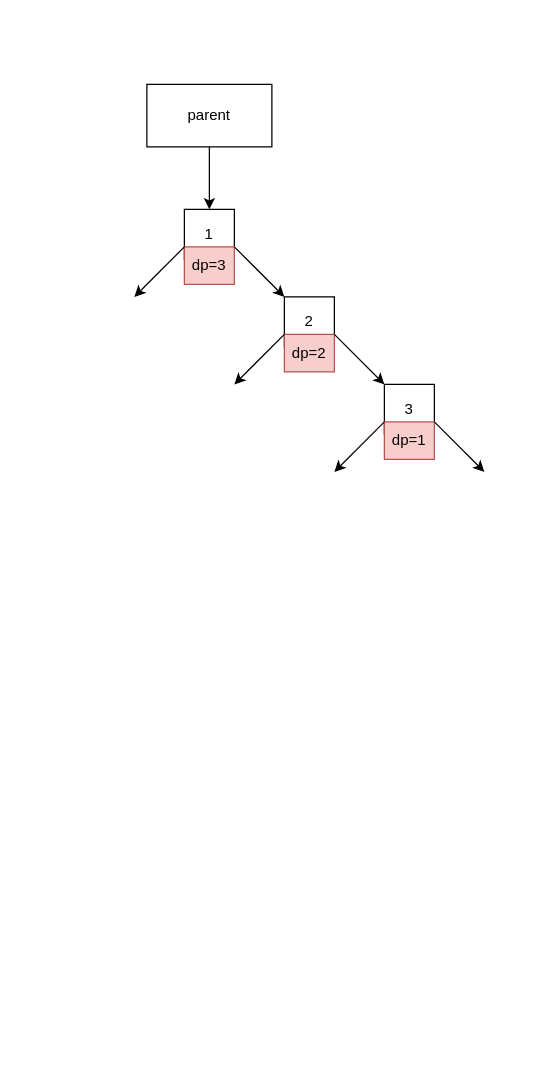
Above: page "第 4 页" (4 of 5) of img/data_struct/alvtree.drawio in huahua132/huahua132.github.io (draw.io), before the change. Source tidied: cells renumbered, new cells numbered last; positions are measured from the earlier drawing's top-left corner, leaving out a move shared by most shapes. Both pictures are drawn from the tidied source at 125%, with x=0, y=0 at pixel (134, 84).
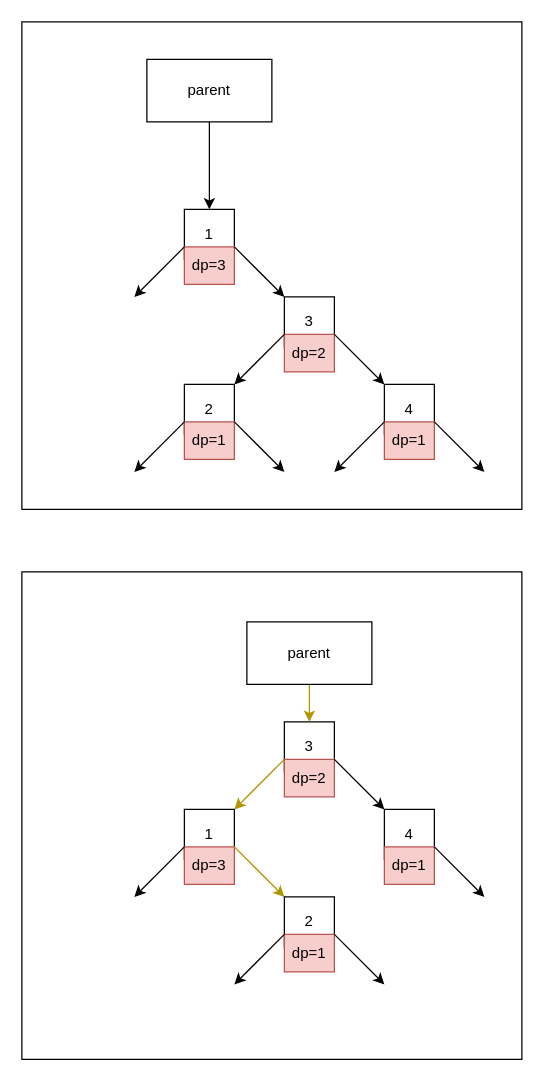
The same page after the edit.

Unchanged cells that the change refers to:
```xml
<mxCell id="9" style="group;" parent="8" vertex="1">
  <mxGeometry x="30" width="60" height="60" as="geometry" />
</mxCell>
<mxCell id="15" style="group;" parent="14" vertex="1">
  <mxGeometry x="30" width="60" height="60" as="geometry" />
</mxCell>
```

Diff of the diagram source:
```diff
@@
+    <mxCell id="22" style="rounded=0;whiteSpace=wrap;html=1;" parent="1" vertex="1">
+      <mxGeometry x="-90" y="-50" width="400" height="390" as="geometry" />
+    </mxCell>
@@
-    <mxCell id="10" value="2" style="rounded=0;whiteSpace=wrap;html=1;" parent="9" vertex="1">
+    <mxCell id="10" value="3" style="rounded=0;whiteSpace=wrap;html=1;" parent="9" vertex="1">
       <mxGeometry x="10" width="40" height="40" as="geometry" />
     </mxCell>
@@
-    <mxCell id="16" value="3" style="rounded=0;whiteSpace=wrap;html=1;" parent="15" vertex="1">
+    <mxCell id="16" value="4" style="rounded=0;whiteSpace=wrap;html=1;" parent="15" vertex="1">
       <mxGeometry x="10" width="40" height="40" as="geometry" />
     </mxCell>
@@
     <mxCell id="20" style="edgeStyle=orthogonalEdgeStyle;rounded=0;jettySize=auto;html=1;" parent="1" edge="1" source="21">
       <mxGeometry relative="1" as="geometry">
         <mxPoint x="60" y="100" as="targetPoint" />
+        <Array as="points">
+          <mxPoint x="60" y="60" />
+          <mxPoint x="60" y="60" />
+        </Array>
       </mxGeometry>
     </mxCell>
     <mxCell id="21" value="parent" style="rounded=0;whiteSpace=wrap;html=1;" parent="1" vertex="1">
-      <mxGeometry x="10" width="100" height="50" as="geometry" />
+      <mxGeometry x="10" y="-20" width="100" height="50" as="geometry" />
     </mxCell>
+    <mxCell id="23" style="group;" parent="1" vertex="1">
+      <mxGeometry y="240" width="120" height="70" as="geometry" />
+    </mxCell>
+    <mxCell id="24" style="group;" parent="23" vertex="1">
+      <mxGeometry x="30" width="60" height="60" as="geometry" />
+    </mxCell>
+    <mxCell id="25" value="2" style="rounded=0;whiteSpace=wrap;html=1;" parent="24" vertex="1">
+      <mxGeometry x="10" width="40" height="40" as="geometry" />
+    </mxCell>
+    <mxCell id="26" value="dp=1" style="text;html=1;strokeColor=#b85450;fillColor=#f8cecc;align=center;verticalAlign=middle;whiteSpace=wrap;rounded=0;" parent="24" vertex="1">
+      <mxGeometry x="10" y="30" width="40" height="30" as="geometry" />
+    </mxCell>
+    <mxCell id="27" style="endArrow=classic;html=1;rounded=0;exitX=1;exitY=0;exitDx=0;exitDy=0;" parent="23" edge="1" source="26">
+      <mxGeometry x="-1" y="22" relative="1" as="geometry">
+        <mxPoint x="120" y="70" as="targetPoint" />
+        <mxPoint x="-8" y="-7" as="offset" />
+      </mxGeometry>
+    </mxCell>
+    <mxCell id="28" style="endArrow=classic;html=1;rounded=0;" parent="23" edge="1">
+      <mxGeometry relative="1" as="geometry">
+        <mxPoint x="40" y="30" as="sourcePoint" />
+        <mxPoint y="70" as="targetPoint" />
+      </mxGeometry>
+    </mxCell>
+    <mxCell id="29" style="rounded=0;whiteSpace=wrap;html=1;" parent="1" vertex="1">
+      <mxGeometry x="-90" y="390" width="400" height="390" as="geometry" />
+    </mxCell>
+    <mxCell id="30" style="group;" parent="1" vertex="1">
+      <mxGeometry y="580" width="120" height="70" as="geometry" />
+    </mxCell>
+    <mxCell id="31" style="group;" parent="30" vertex="1">
+      <mxGeometry x="30" width="60" height="60" as="geometry" />
+    </mxCell>
+    <mxCell id="32" value="1" style="rounded=0;whiteSpace=wrap;html=1;" parent="31" vertex="1">
+      <mxGeometry x="10" width="40" height="40" as="geometry" />
+    </mxCell>
+    <mxCell id="33" value="dp=3" style="text;html=1;strokeColor=#b85450;fillColor=#f8cecc;align=center;verticalAlign=middle;whiteSpace=wrap;rounded=0;" parent="31" vertex="1">
+      <mxGeometry x="10" y="30" width="40" height="30" as="geometry" />
+    </mxCell>
+    <mxCell id="34" style="endArrow=classic;html=1;rounded=0;exitX=1;exitY=0;exitDx=0;exitDy=0;fillColor=#e3c800;strokeColor=#B09500;" parent="30" edge="1" source="33">
+      <mxGeometry x="-1" y="22" relative="1" as="geometry">
+        <mxPoint x="120" y="70" as="targetPoint" />
+        <mxPoint x="-8" y="-7" as="offset" />
+      </mxGeometry>
+    </mxCell>
+    <mxCell id="35" style="endArrow=classic;html=1;rounded=0;" parent="30" edge="1">
+      <mxGeometry relative="1" as="geometry">
+        <mxPoint x="40" y="30" as="sourcePoint" />
+        <mxPoint y="70" as="targetPoint" />
+      </mxGeometry>
+    </mxCell>
+    <mxCell id="36" style="group;" parent="1" vertex="1">
+      <mxGeometry x="80" y="510" width="120" height="70" as="geometry" />
+    </mxCell>
+    <mxCell id="37" style="group;" parent="36" vertex="1">
+      <mxGeometry x="30" width="60" height="60" as="geometry" />
+    </mxCell>
+    <mxCell id="38" value="3" style="rounded=0;whiteSpace=wrap;html=1;" parent="37" vertex="1">
+      <mxGeometry x="10" width="40" height="40" as="geometry" />
+    </mxCell>
+    <mxCell id="39" value="dp=2" style="text;html=1;strokeColor=#b85450;fillColor=#f8cecc;align=center;verticalAlign=middle;whiteSpace=wrap;rounded=0;" parent="37" vertex="1">
+      <mxGeometry x="10" y="30" width="40" height="30" as="geometry" />
+    </mxCell>
+    <mxCell id="40" style="endArrow=classic;html=1;rounded=0;exitX=1;exitY=0;exitDx=0;exitDy=0;" parent="36" edge="1" source="39">
+      <mxGeometry x="-1" y="22" relative="1" as="geometry">
+        <mxPoint x="120" y="70" as="targetPoint" />
+        <mxPoint x="-8" y="-7" as="offset" />
+      </mxGeometry>
+    </mxCell>
+    <mxCell id="41" style="endArrow=classic;html=1;rounded=0;fillColor=#e3c800;strokeColor=#B09500;" parent="36" edge="1">
+      <mxGeometry relative="1" as="geometry">
+        <mxPoint x="40" y="30" as="sourcePoint" />
+        <mxPoint y="70" as="targetPoint" />
+      </mxGeometry>
+    </mxCell>
+    <mxCell id="42" style="group;" parent="1" vertex="1">
+      <mxGeometry x="160" y="580" width="120" height="70" as="geometry" />
+    </mxCell>
+    <mxCell id="43" style="group;" parent="42" vertex="1">
+      <mxGeometry x="30" width="60" height="60" as="geometry" />
+    </mxCell>
+    <mxCell id="44" value="4" style="rounded=0;whiteSpace=wrap;html=1;" parent="43" vertex="1">
+      <mxGeometry x="10" width="40" height="40" as="geometry" />
+    </mxCell>
+    <mxCell id="45" value="dp=1" style="text;html=1;strokeColor=#b85450;fillColor=#f8cecc;align=center;verticalAlign=middle;whiteSpace=wrap;rounded=0;" parent="43" vertex="1">
+      <mxGeometry x="10" y="30" width="40" height="30" as="geometry" />
+    </mxCell>
+    <mxCell id="46" style="endArrow=classic;html=1;rounded=0;exitX=1;exitY=0;exitDx=0;exitDy=0;" parent="42" edge="1" source="45">
+      <mxGeometry x="-1" y="22" relative="1" as="geometry">
+        <mxPoint x="120" y="70" as="targetPoint" />
+        <mxPoint x="-8" y="-7" as="offset" />
+      </mxGeometry>
+    </mxCell>
+    <mxCell id="47" style="edgeStyle=orthogonalEdgeStyle;rounded=0;jettySize=auto;html=1;entryX=0.5;entryY=0;entryDx=0;entryDy=0;fillColor=#e3c800;strokeColor=#B09500;" parent="1" edge="1" source="48" target="38">
+      <mxGeometry relative="1" as="geometry" />
+    </mxCell>
+    <mxCell id="48" value="parent" style="rounded=0;whiteSpace=wrap;html=1;" parent="1" vertex="1">
+      <mxGeometry x="90" y="430" width="100" height="50" as="geometry" />
+    </mxCell>
+    <mxCell id="49" style="group;" parent="1" vertex="1">
+      <mxGeometry x="80" y="650" width="120" height="70" as="geometry" />
+    </mxCell>
+    <mxCell id="50" style="group;" parent="49" vertex="1">
+      <mxGeometry x="30" width="60" height="60" as="geometry" />
+    </mxCell>
+    <mxCell id="51" value="2" style="rounded=0;whiteSpace=wrap;html=1;" parent="50" vertex="1">
+      <mxGeometry x="10" width="40" height="40" as="geometry" />
+    </mxCell>
+    <mxCell id="52" value="dp=1" style="text;html=1;strokeColor=#b85450;fillColor=#f8cecc;align=center;verticalAlign=middle;whiteSpace=wrap;rounded=0;" parent="50" vertex="1">
+      <mxGeometry x="10" y="30" width="40" height="30" as="geometry" />
+    </mxCell>
+    <mxCell id="53" style="endArrow=classic;html=1;rounded=0;exitX=1;exitY=0;exitDx=0;exitDy=0;" parent="49" edge="1" source="52">
+      <mxGeometry x="-1" y="22" relative="1" as="geometry">
+        <mxPoint x="120" y="70" as="targetPoint" />
+        <mxPoint x="-8" y="-7" as="offset" />
+      </mxGeometry>
+    </mxCell>
+    <mxCell id="54" style="endArrow=classic;html=1;rounded=0;" parent="49" edge="1">
+      <mxGeometry relative="1" as="geometry">
+        <mxPoint x="40" y="30" as="sourcePoint" />
+        <mxPoint y="70" as="targetPoint" />
+      </mxGeometry>
+    </mxCell>
```
